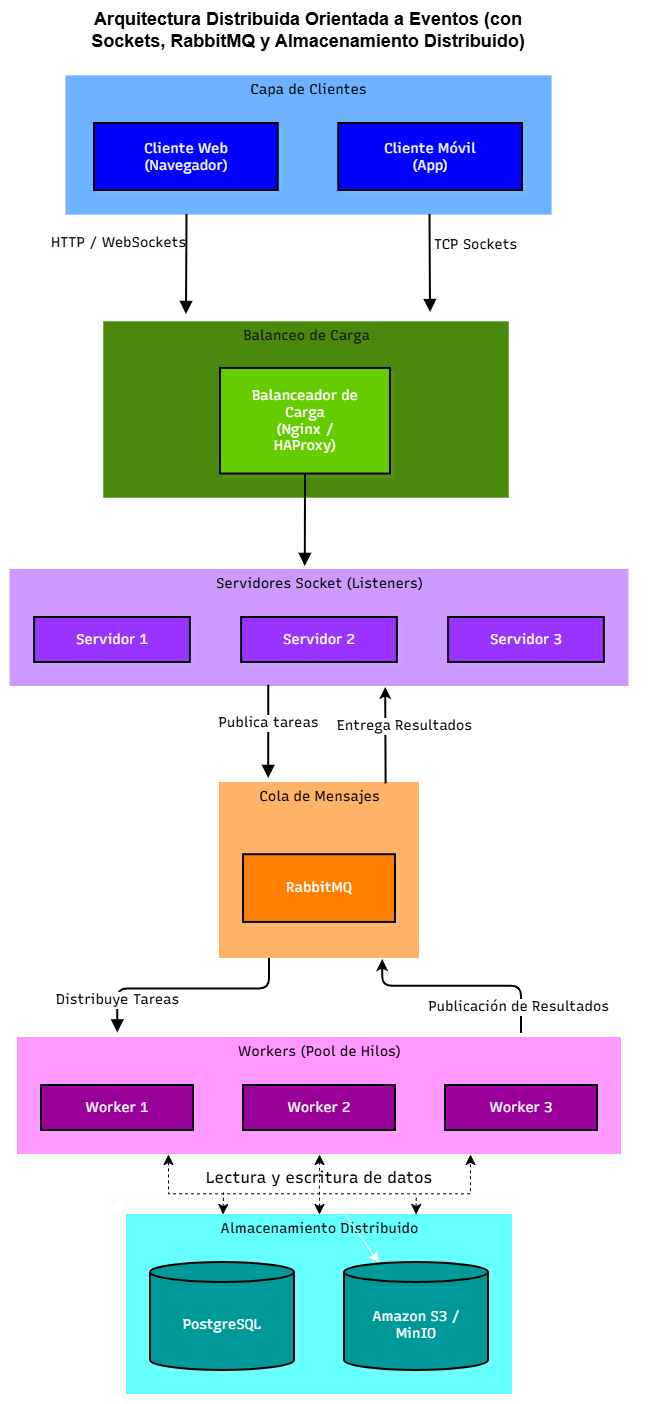
Above: Cliente-Servidor.drawio.png in Pao-1112/pfo3-sistema-distribuido-sockets (draw.io), before the change. Source tidied: cells renumbered, new cells last; positions are measured from the earlier drawing's top-left corner, leaving out a move shared by most shapes.
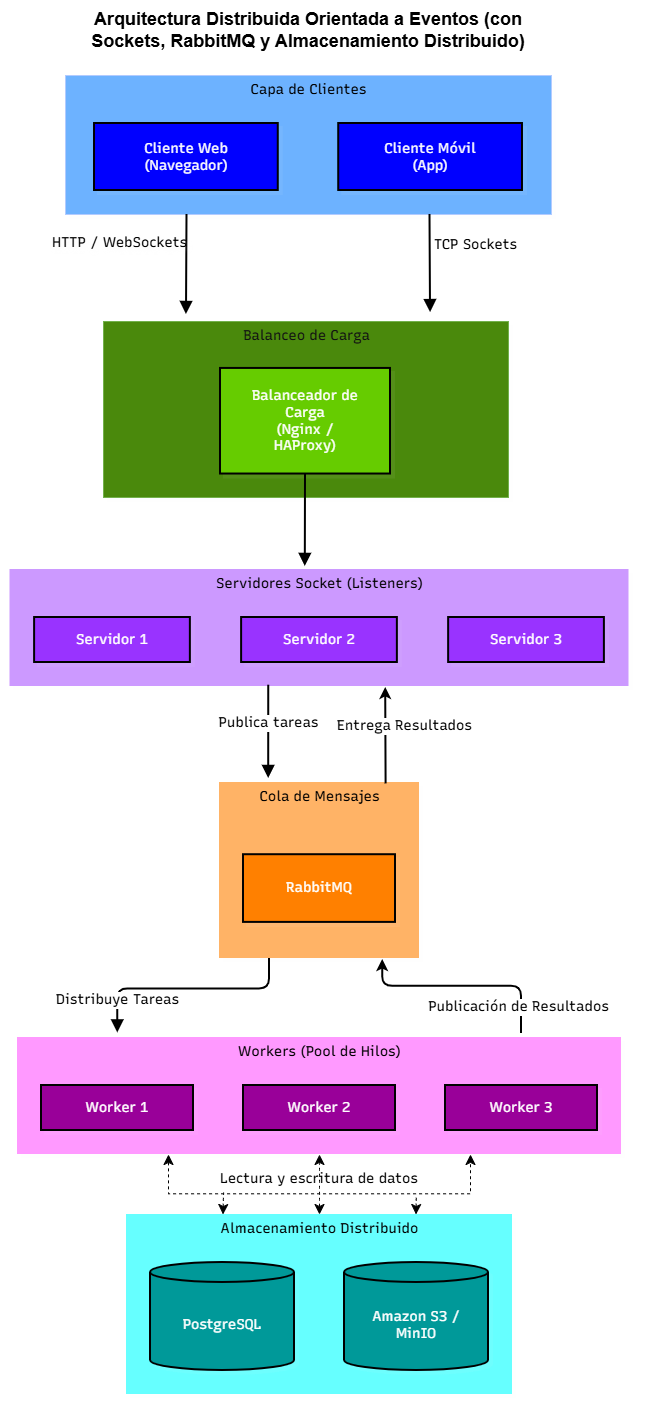
The same diagram one commit later.

Commit message:
Actualizar diagrama y documentación del proyecto

What changed in the source:
```diff
@@ -112,10 +112,7 @@
         </Array>
       </mxGeometry>
     </mxCell>
-    <mxCell id="31" style="edgeStyle=none;curved=1;rounded=0;curveGeometry=1;jettySize=auto;html=1;fontSize=12;defaultLabelBackgroundColor=page;startSize=8;endSize=8;" parent="2" edge="1" source="32" target="8">
-      <mxGeometry relative="1" as="geometry" />
-    </mxCell>
-    <mxCell id="32" value="&lt;font face=&quot;Recursive&quot;&gt;Lectura y escritura de datos&lt;/font&gt;" style="text;html=1;whiteSpace=wrap;strokeColor=none;fillColor=none;align=center;verticalAlign=middle;rounded=0;fontSize=16;fontColor=light-dark(#000000,#000000);" parent="2" vertex="1">
+    <mxCell id="32" value="&lt;font face=&quot;Recursive&quot; style=&quot;font-size: 14px;&quot;&gt;Lectura y escritura de datos&lt;/font&gt;" style="text;html=1;whiteSpace=wrap;strokeColor=none;fillColor=none;align=center;verticalAlign=middle;rounded=0;fontSize=16;fontColor=light-dark(#000000,#000000);" parent="2" vertex="1">
       <mxGeometry x="222.1" y="1098" width="239.8" height="30" as="geometry" />
     </mxCell>
     <mxCell id="33" style="edgeStyle=orthogonalEdgeStyle;rounded=0;orthogonalLoop=1;jettySize=auto;html=1;exitX=0.25;exitY=1;exitDx=0;exitDy=0;entryX=0.75;entryY=1;entryDx=0;entryDy=0;fontSize=12;defaultLabelBackgroundColor=page;startSize=8;endSize=8;strokeColor=light-dark(#000000,#000000);dashed=1;innerLoopWaypoints=1;startArrow=classic;startFill=1;" parent="2" edge="1" source="9" target="9">
```
